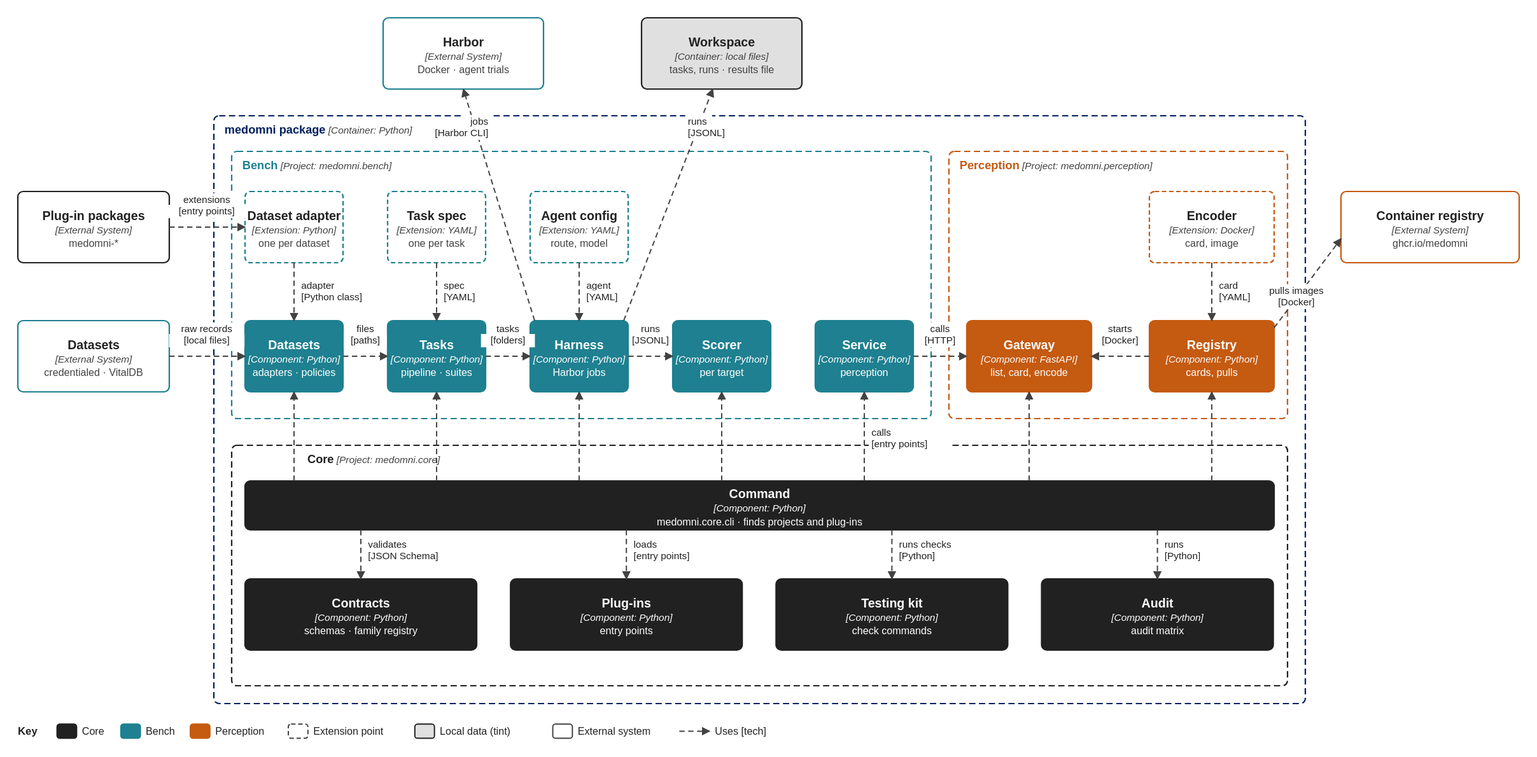
Above: docs/assets/c3-components.drawio.svg in medomni/MedOmni (draw.io), before the change. Source tidied: cells renumbered, new cells last; positions are measured from the earlier drawing's top-left corner, leaving out a move shared by most shapes.
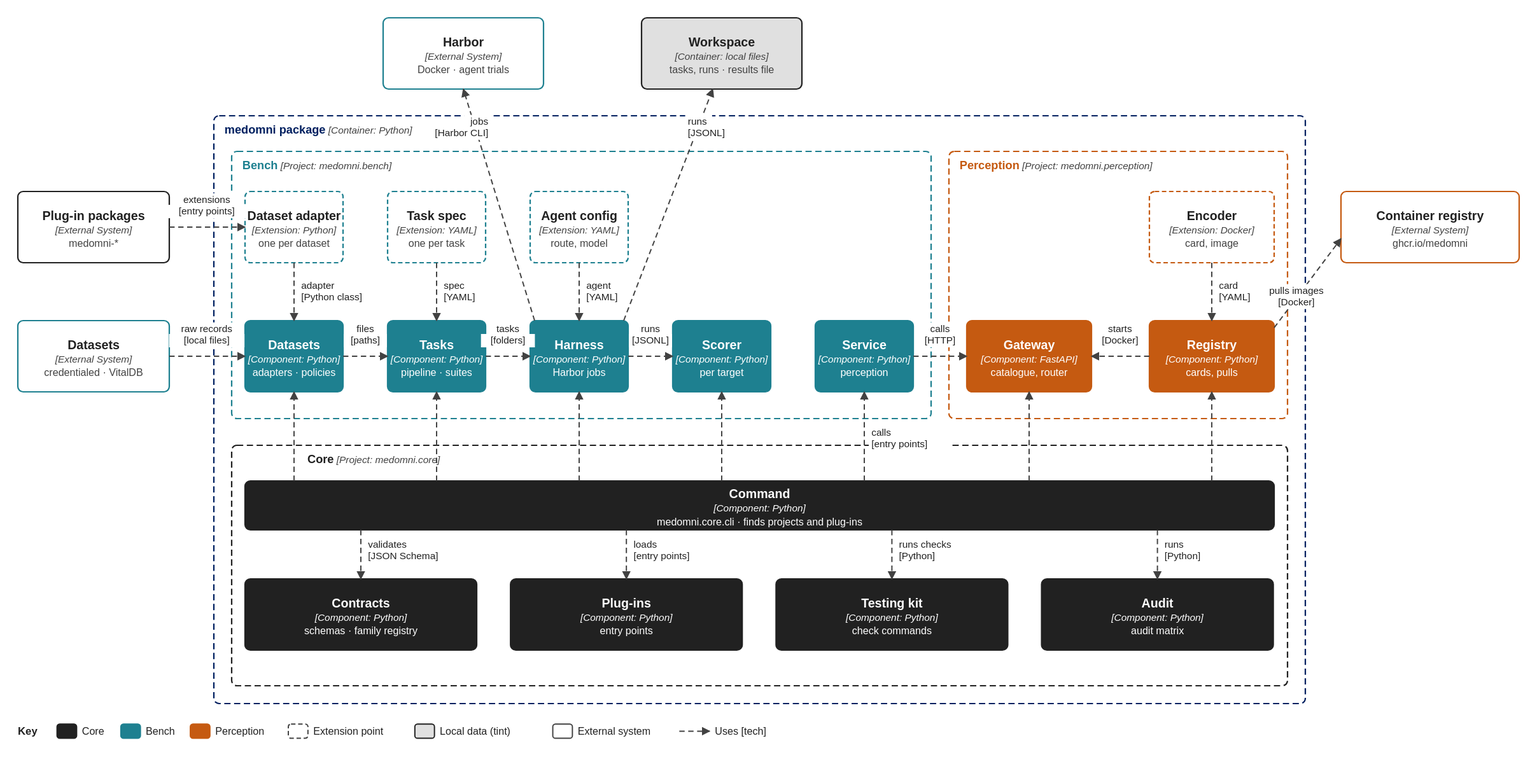
The same diagram one commit later.

Commit message:
docs(v0.3): name the gateway's router

Diff of the diagram source:
```diff
@@ -53,7 +53,7 @@
     <mxCell id="18" value="&lt;b&gt;Encoder&lt;/b&gt;&lt;br&gt;&lt;i&gt;&lt;font style=&quot;font-size:11px&quot; color=&quot;#424242&quot;&gt;[Extension: Docker]&lt;/font&gt;&lt;/i&gt;&lt;br&gt;&lt;font style=&quot;font-size:11px&quot; color=&quot;#424242&quot;&gt;card, image&lt;/font&gt;" style="rounded=1;arcSize=6;whiteSpace=wrap;html=1;fillColor=#FFFFFF;strokeColor=#C55A11;strokeWidth=1.6;fontColor=#212121;fontSize=14;fontFamily=Helvetica;dashed=1;dashPattern=5 3;" parent="1" vertex="1">
       <mxGeometry x="1274" y="195" width="140" height="80" as="geometry" />
     </mxCell>
-    <mxCell id="19" value="&lt;b&gt;Gateway&lt;/b&gt;&lt;br&gt;&lt;i&gt;&lt;font style=&quot;font-size:11px&quot; color=&quot;#FFFFFF&quot;&gt;[Component: FastAPI]&lt;/font&gt;&lt;/i&gt;&lt;br&gt;&lt;font style=&quot;font-size:11px&quot; color=&quot;#FFFFFF&quot;&gt;list, card, encode&lt;/font&gt;" style="rounded=1;arcSize=6;whiteSpace=wrap;html=1;fillColor=#C55A11;strokeColor=#C55A11;strokeWidth=1.6;fontColor=#FFFFFF;fontSize=14;fontFamily=Helvetica;" parent="1" vertex="1">
+    <mxCell id="19" value="&lt;b&gt;Gateway&lt;/b&gt;&lt;br&gt;&lt;i&gt;&lt;font style=&quot;font-size:11px&quot; color=&quot;#FFFFFF&quot;&gt;[Component: FastAPI]&lt;/font&gt;&lt;/i&gt;&lt;br&gt;&lt;font style=&quot;font-size:11px&quot; color=&quot;#FFFFFF&quot;&gt;catalogue, router&lt;/font&gt;" style="rounded=1;arcSize=6;whiteSpace=wrap;html=1;fillColor=#C55A11;strokeColor=#C55A11;strokeWidth=1.6;fontColor=#FFFFFF;fontSize=14;fontFamily=Helvetica;" parent="1" vertex="1">
       <mxGeometry x="1069" y="340" width="140" height="80" as="geometry" />
     </mxCell>
     <mxCell id="20" value="&lt;b&gt;Registry&lt;/b&gt;&lt;br&gt;&lt;i&gt;&lt;font style=&quot;font-size:11px&quot; color=&quot;#FFFFFF&quot;&gt;[Component: Python]&lt;/font&gt;&lt;/i&gt;&lt;br&gt;&lt;font style=&quot;font-size:11px&quot; color=&quot;#FFFFFF&quot;&gt;cards, pulls&lt;/font&gt;" style="rounded=1;arcSize=6;whiteSpace=wrap;html=1;fillColor=#C55A11;strokeColor=#C55A11;strokeWidth=1.6;fontColor=#FFFFFF;fontSize=14;fontFamily=Helvetica;" parent="1" vertex="1">
```
